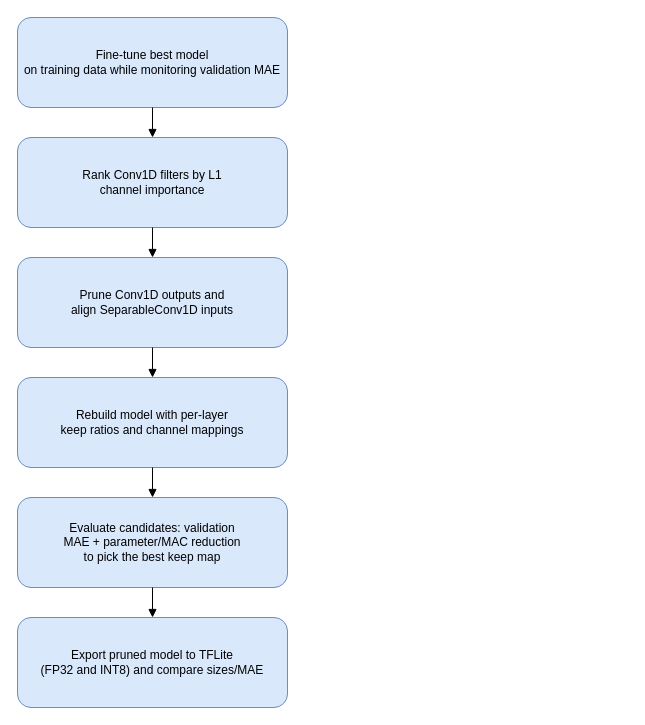
The draw.io diagram page "Pruning Process Flow" (10 of 10) of tinyml_home_weather_forecasting.drawio in rishi-latchmepersad/TinyML-Home-Weather-Forecasting, before the edit. Source tidied: cells renumbered, new cells numbered last; positions are measured from the earlier drawing's top-left corner, leaving out a move shared by most shapes. Both pictures are drawn from the tidied source at 100%, with x=0, y=0 at pixel (17, 17).
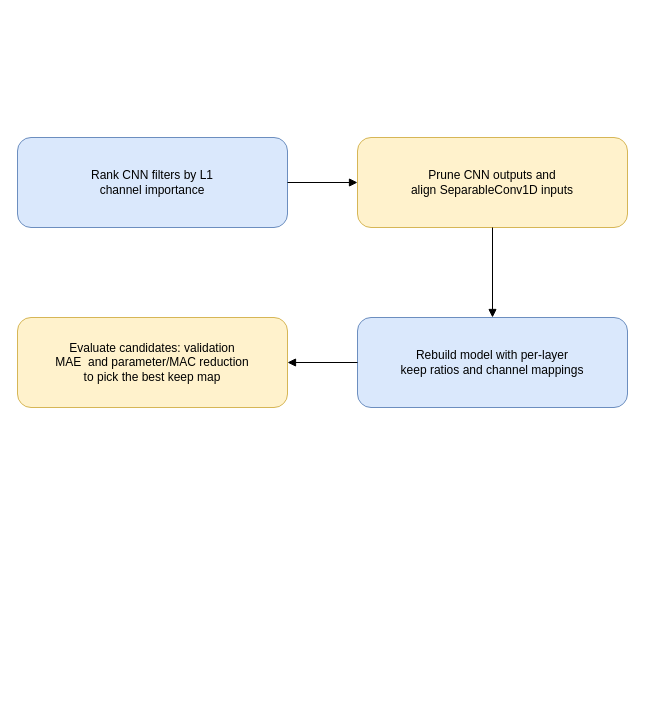
The same diagram, later.

Diff of the diagram source:
```diff
@@
 <mxGraphModel>
   <root>
     <mxCell id="0" />
     <mxCell id="1" parent="0" />
-    <mxCell id="2" value="Fine-tune best model&#10;on training data while monitoring validation MAE" style="rounded=1;whiteSpace=wrap;html=1;fillColor=#dae8fc;strokeColor=#6c8ebf;" parent="1" vertex="1">
-      <mxGeometry width="270" height="90" as="geometry" />
-    </mxCell>
-    <mxCell id="3" value="Rank Conv1D filters by L1&#10;channel importance" style="rounded=1;whiteSpace=wrap;html=1;fillColor=#dae8fc;strokeColor=#6c8ebf;" parent="1" vertex="1">
+    <mxCell id="3" value="Rank CNN filters by L1&lt;br&gt;channel importance" style="rounded=1;whiteSpace=wrap;html=1;fillColor=#dae8fc;strokeColor=#6c8ebf;" parent="1" vertex="1">
       <mxGeometry y="120" width="270" height="90" as="geometry" />
     </mxCell>
-    <mxCell id="4" value="Prune Conv1D outputs and&#10;align SeparableConv1D inputs" style="rounded=1;whiteSpace=wrap;html=1;fillColor=#dae8fc;strokeColor=#6c8ebf;" parent="1" vertex="1">
-      <mxGeometry y="240" width="270" height="90" as="geometry" />
+    <mxCell id="4" value="Prune CNN&lt;span style=&quot;background-color: transparent; color: light-dark(rgb(0, 0, 0), rgb(255, 255, 255));&quot;&gt;&amp;nbsp;outputs and&lt;/span&gt;&lt;div&gt;align SeparableConv1D inputs&lt;/div&gt;" style="rounded=1;whiteSpace=wrap;html=1;fillColor=#fff2cc;strokeColor=#d6b656;" parent="1" vertex="1">
+      <mxGeometry x="340" y="120" width="270" height="90" as="geometry" />
     </mxCell>
     <mxCell id="5" value="Rebuild model with per-layer&#10;keep ratios and channel mappings" style="rounded=1;whiteSpace=wrap;html=1;fillColor=#dae8fc;strokeColor=#6c8ebf;" parent="1" vertex="1">
-      <mxGeometry y="360" width="270" height="90" as="geometry" />
+      <mxGeometry x="340" y="300" width="270" height="90" as="geometry" />
     </mxCell>
-    <mxCell id="6" value="Evaluate candidates: validation&#10;MAE + parameter/MAC reduction&#10;to pick the best keep map" style="rounded=1;whiteSpace=wrap;html=1;fillColor=#dae8fc;strokeColor=#6c8ebf;" parent="1" vertex="1">
-      <mxGeometry y="480" width="270" height="90" as="geometry" />
+    <mxCell id="6" value="Evaluate candidates: validation&lt;br&gt;MAE&amp;nbsp; and parameter/MAC reduction&lt;br&gt;to pick the best keep map" style="rounded=1;whiteSpace=wrap;html=1;fillColor=#fff2cc;strokeColor=#d6b656;" parent="1" vertex="1">
+      <mxGeometry y="300" width="270" height="90" as="geometry" />
     </mxCell>
-    <mxCell id="7" value="Export pruned model to TFLite&#10;(FP32 and INT8) and compare sizes/MAE" style="rounded=1;whiteSpace=wrap;html=1;fillColor=#dae8fc;strokeColor=#6c8ebf;" parent="1" vertex="1">
-      <mxGeometry y="600" width="270" height="90" as="geometry" />
-    </mxCell>
-    <mxCell id="8" style="edgeStyle=orthogonalEdgeStyle;rounded=0;jettySize=auto;html=1;endArrow=block;" parent="1" edge="1" source="2" target="3">
-      <mxGeometry relative="1" as="geometry" />
-    </mxCell>
     <mxCell id="9" style="edgeStyle=orthogonalEdgeStyle;rounded=0;jettySize=auto;html=1;endArrow=block;" parent="1" edge="1" source="3" target="4">
       <mxGeometry relative="1" as="geometry" />
     </mxCell>
-    <mxCell id="10" style="edgeStyle=orthogonalEdgeStyle;rounded=0;jettySize=auto;html=1;endArrow=block;" parent="1" edge="1" source="4" target="5">
+    <mxCell id="10" style="edgeStyle=orthogonalEdgeStyle;rounded=0;jettySize=auto;html=1;endArrow=block;exitX=0.5;exitY=1;exitDx=0;exitDy=0;" parent="1" edge="1" source="4" target="5">
       <mxGeometry relative="1" as="geometry" />
     </mxCell>
     <mxCell id="11" style="edgeStyle=orthogonalEdgeStyle;rounded=0;jettySize=auto;html=1;endArrow=block;" parent="1" edge="1" source="5" target="6">
       <mxGeometry relative="1" as="geometry" />
     </mxCell>
-    <mxCell id="12" style="edgeStyle=orthogonalEdgeStyle;rounded=0;jettySize=auto;html=1;endArrow=block;" parent="1" edge="1" source="6" target="7">
-      <mxGeometry relative="1" as="geometry" />
-    </mxCell>
   </root>
 </mxGraphModel>
```
